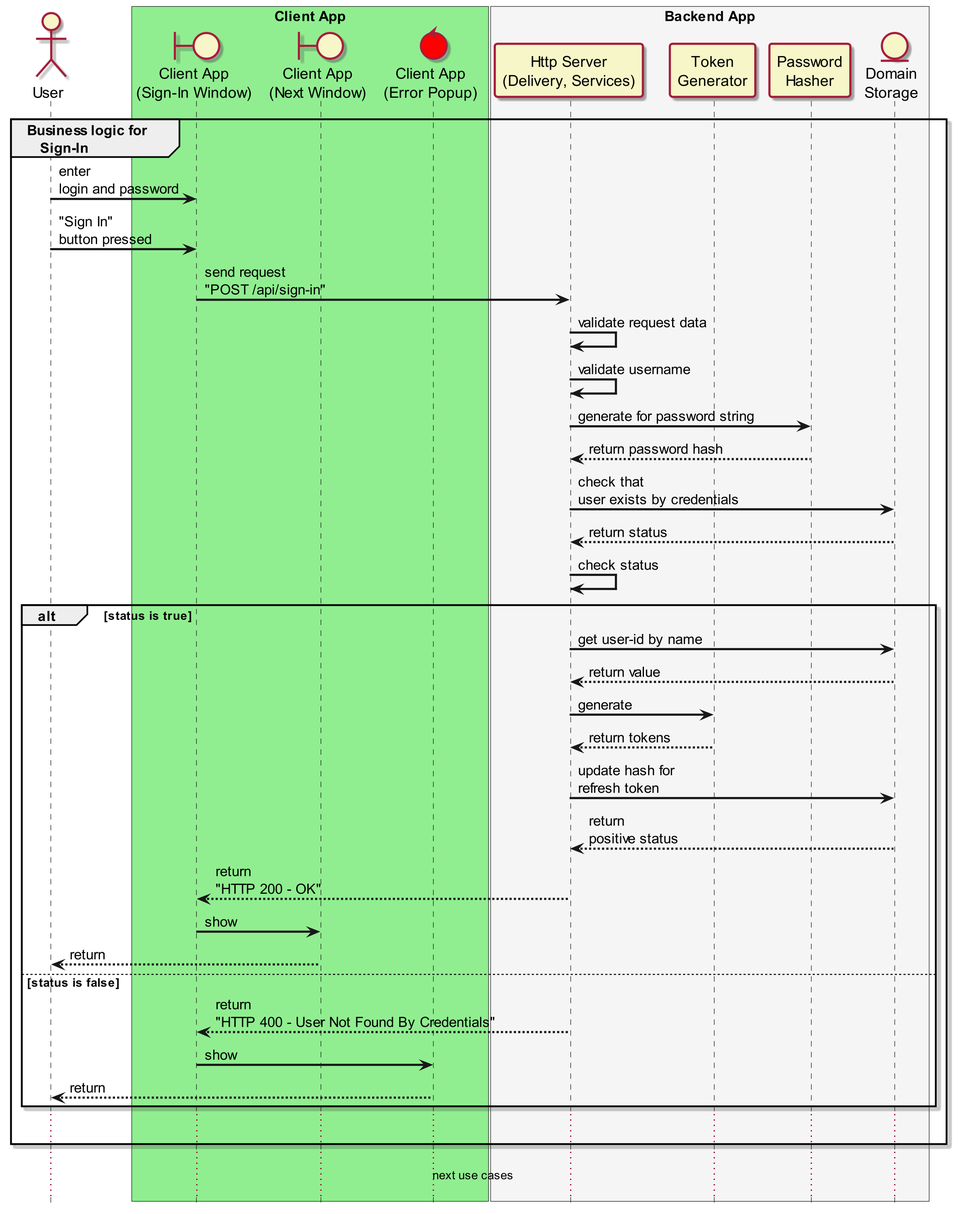
qubacy/geoqq keeps this PlantUML diagram as general/out_diagrams/puml_diagrams/sequence/sign_in.png. Above is the earlier version.
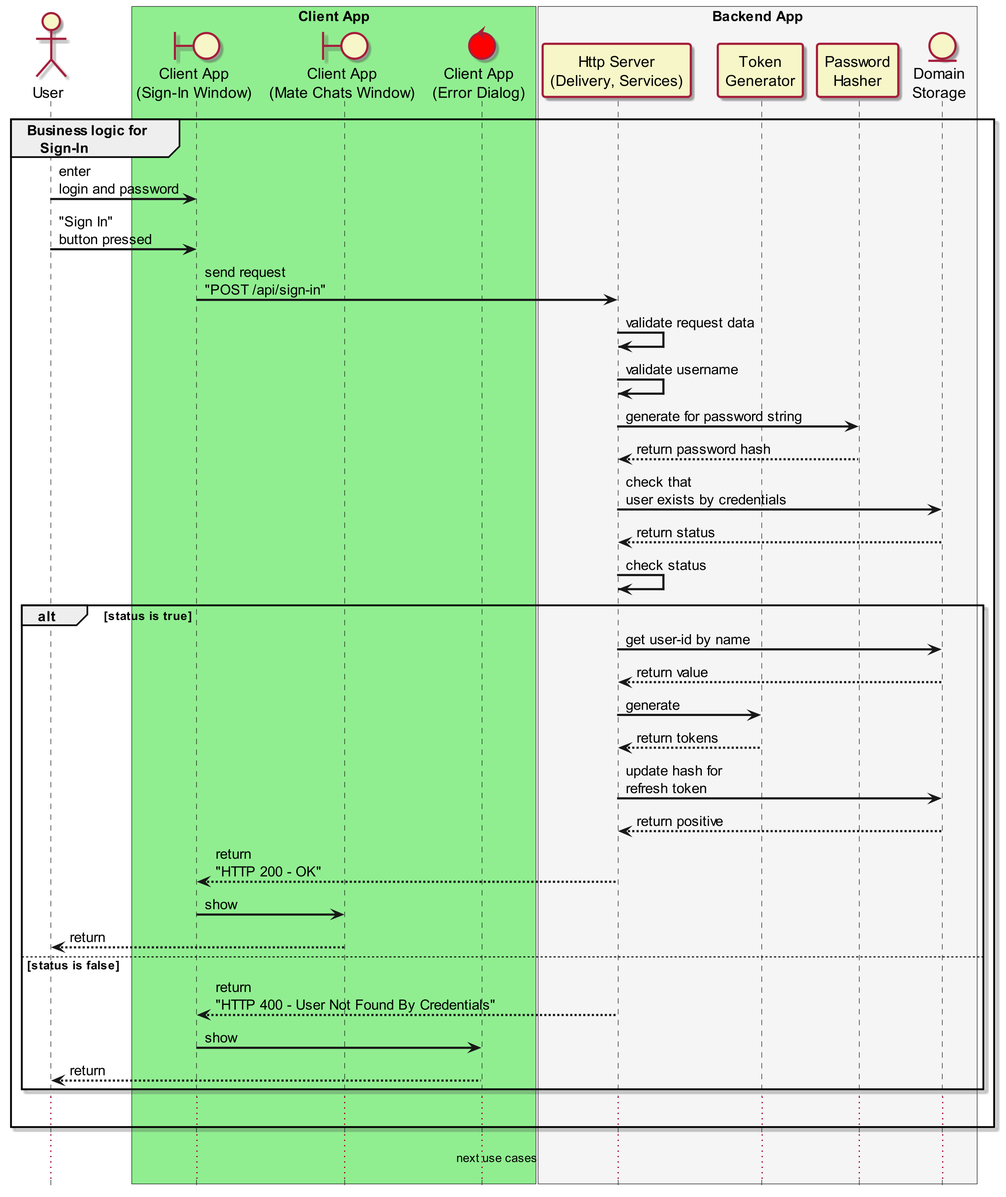
Later version of the same file.

Commit message:
add sequence diag for send mate req

What changed in the source:
```diff
@@ -7,8 +7,8 @@
 
 box "Client App" #LightGreen
     boundary "Client App\n(Sign-In Window)" as signInWindowClientApp
-    boundary "Client App\n(Next Window)" as mateChatsWindowClientApp
-    control "Client App\n(Error Popup)" as errPopupClientApp #Red
+    boundary "Client App\n(Mate Chats Window)" as mateChatsWindowClientApp
+    control "Client App\n(Error Dialog)" as errDialogClientApp #Red
 end box
 
 box "Backend App" #WhiteSmoke
@@ -44,7 +44,7 @@
         tokenGenerator --> httpServer : return tokens
 
         httpServer -> domainStorage : update hash for\nrefresh token
-        domainStorage --> httpServer : return\npositive status
+        domainStorage --> httpServer : return positive
 
         httpServer --> signInWindowClientApp : return\n"HTTP 200 - OK"
 
@@ -53,8 +53,8 @@
 
     else status is false
         httpServer --> signInWindowClientApp : return\n"HTTP 400 - User Not Found By Credentials"
-        signInWindowClientApp -> errPopupClientApp : show
-        errPopupClientApp --> user : return
+        signInWindowClientApp -> errDialogClientApp : show
+        errDialogClientApp --> user : return
 
     end
     ...
```
